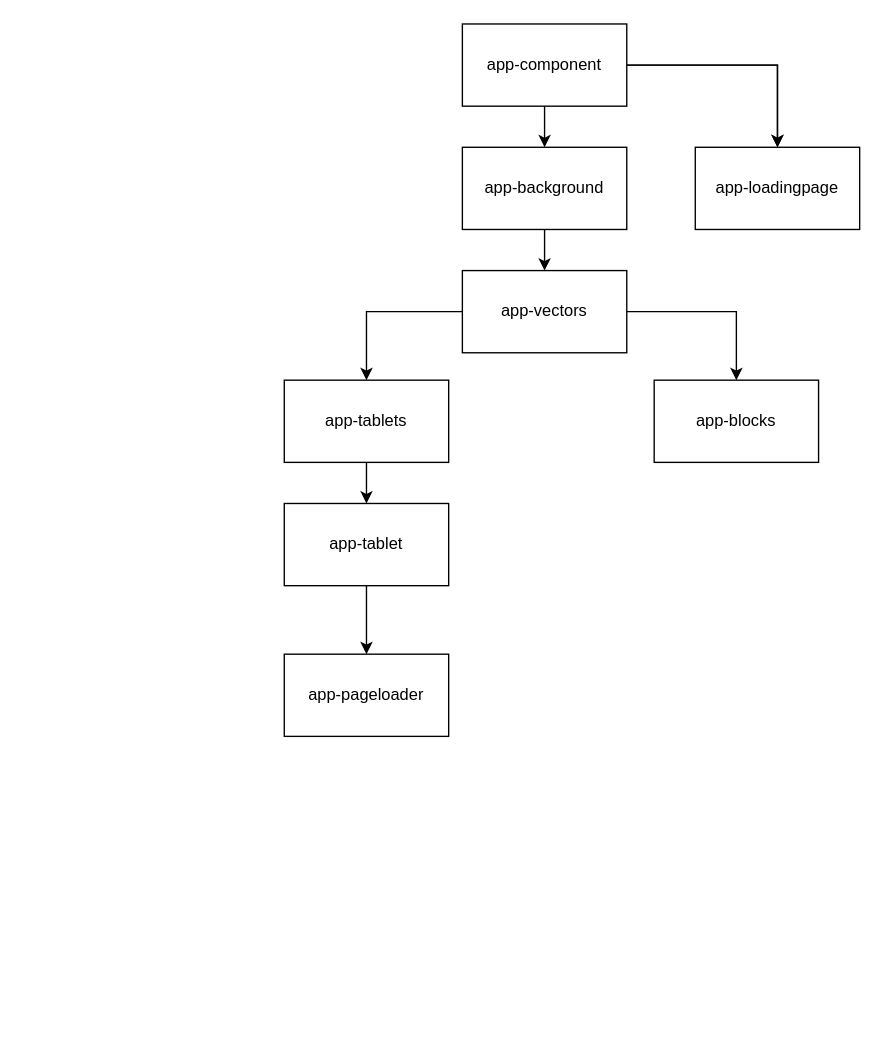
The draw.io diagram blueprints/component hierarchy.drawio in DoubleCouponDay/portfolio, before the edit. Source tidied: cells renumbered, new cells numbered last; positions are measured from the earlier drawing's top-left corner, leaving out a move shared by most shapes. Both pictures are drawn from the tidied source at 137%, with x=0, y=0 at pixel (284, 23).
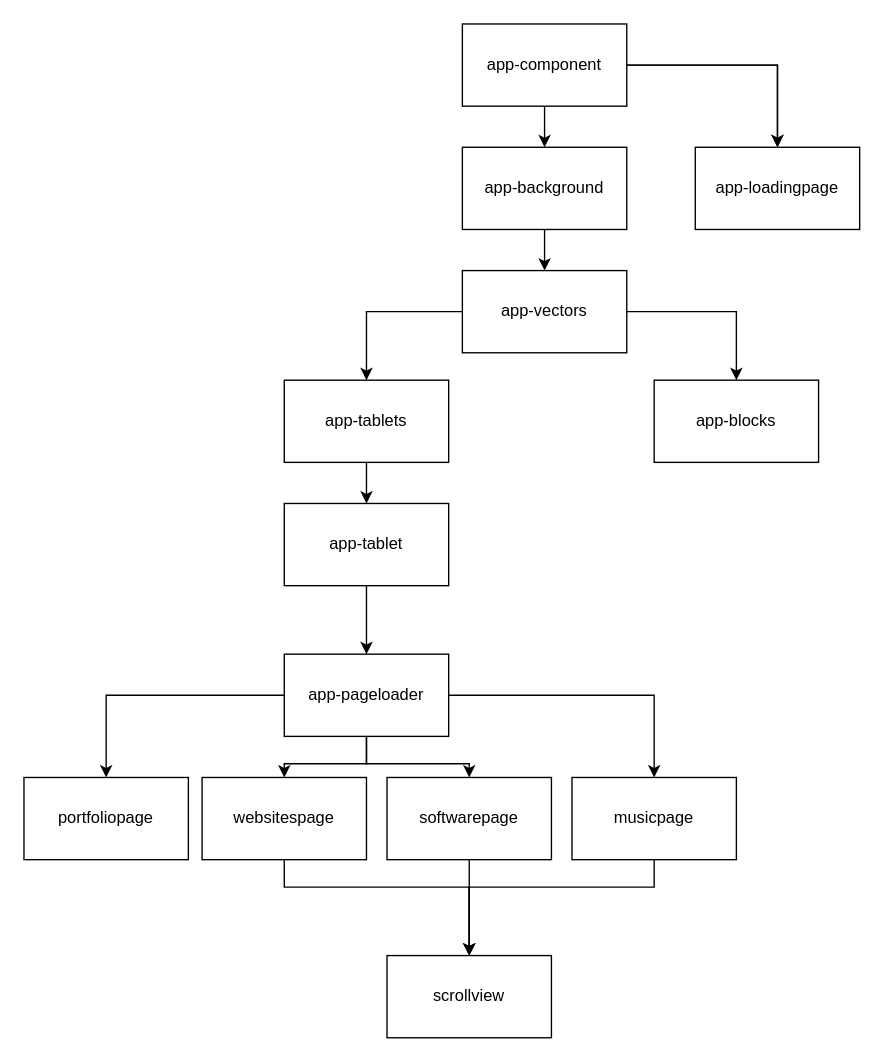
The same page after the edit.

Unchanged cells that the change refers to:
```xml
<mxCell id="14" value="app-pageloader" style="rounded=0;whiteSpace=wrap;html=1;" parent="1" vertex="1">
  <mxGeometry y="460" width="120" height="60" as="geometry" />
</mxCell>
```

Diff of the diagram source:
```diff
@@
+    <mxCell id="18" style="edgeStyle=orthogonalEdgeStyle;rounded=0;jettySize=auto;html=1;" parent="1" edge="1" source="14" target="22">
+      <mxGeometry relative="1" as="geometry" />
+    </mxCell>
+    <mxCell id="19" style="edgeStyle=orthogonalEdgeStyle;rounded=0;jettySize=auto;html=1;entryX=0.5;entryY=0;entryDx=0;entryDy=0;" parent="1" edge="1" source="14" target="24">
+      <mxGeometry relative="1" as="geometry" />
+    </mxCell>
+    <mxCell id="20" style="edgeStyle=orthogonalEdgeStyle;rounded=0;jettySize=auto;html=1;entryX=0.5;entryY=0;entryDx=0;entryDy=0;" parent="1" edge="1" source="14" target="26">
+      <mxGeometry relative="1" as="geometry" />
+    </mxCell>
+    <mxCell id="21" style="edgeStyle=orthogonalEdgeStyle;rounded=0;jettySize=auto;html=1;entryX=0.5;entryY=0;entryDx=0;entryDy=0;" parent="1" edge="1" source="14" target="28">
+      <mxGeometry relative="1" as="geometry" />
+    </mxCell>
@@
+    <mxCell id="22" value="portfoliopage" style="rounded=0;whiteSpace=wrap;html=1;" parent="1" vertex="1">
+      <mxGeometry x="-190" y="550" width="120" height="60" as="geometry" />
+    </mxCell>
+    <mxCell id="23" style="edgeStyle=orthogonalEdgeStyle;rounded=0;jettySize=auto;html=1;entryX=0.5;entryY=0;entryDx=0;entryDy=0;" parent="1" edge="1" source="24" target="29">
+      <mxGeometry relative="1" as="geometry">
+        <Array as="points">
+          <mxPoint y="630" />
+          <mxPoint x="135" y="630" />
+        </Array>
+      </mxGeometry>
+    </mxCell>
+    <mxCell id="24" value="websitespage" style="rounded=0;whiteSpace=wrap;html=1;" parent="1" vertex="1">
+      <mxGeometry x="-60" y="550" width="120" height="60" as="geometry" />
+    </mxCell>
+    <mxCell id="25" style="edgeStyle=orthogonalEdgeStyle;rounded=0;jettySize=auto;html=1;entryX=0.5;entryY=0;entryDx=0;entryDy=0;" parent="1" edge="1" source="26" target="29">
+      <mxGeometry relative="1" as="geometry" />
+    </mxCell>
+    <mxCell id="26" value="softwarepage" style="rounded=0;whiteSpace=wrap;html=1;" parent="1" vertex="1">
+      <mxGeometry x="75" y="550" width="120" height="60" as="geometry" />
+    </mxCell>
+    <mxCell id="27" style="edgeStyle=orthogonalEdgeStyle;rounded=0;jettySize=auto;html=1;entryX=0.5;entryY=0;entryDx=0;entryDy=0;" parent="1" edge="1" source="28" target="29">
+      <mxGeometry relative="1" as="geometry">
+        <Array as="points">
+          <mxPoint x="270" y="630" />
+          <mxPoint x="135" y="630" />
+        </Array>
+      </mxGeometry>
+    </mxCell>
+    <mxCell id="28" value="musicpage" style="rounded=0;whiteSpace=wrap;html=1;" parent="1" vertex="1">
+      <mxGeometry x="210" y="550" width="120" height="60" as="geometry" />
+    </mxCell>
+    <mxCell id="29" value="scrollview" style="rounded=0;whiteSpace=wrap;html=1;" parent="1" vertex="1">
+      <mxGeometry x="75" y="680" width="120" height="60" as="geometry" />
+    </mxCell>
```
